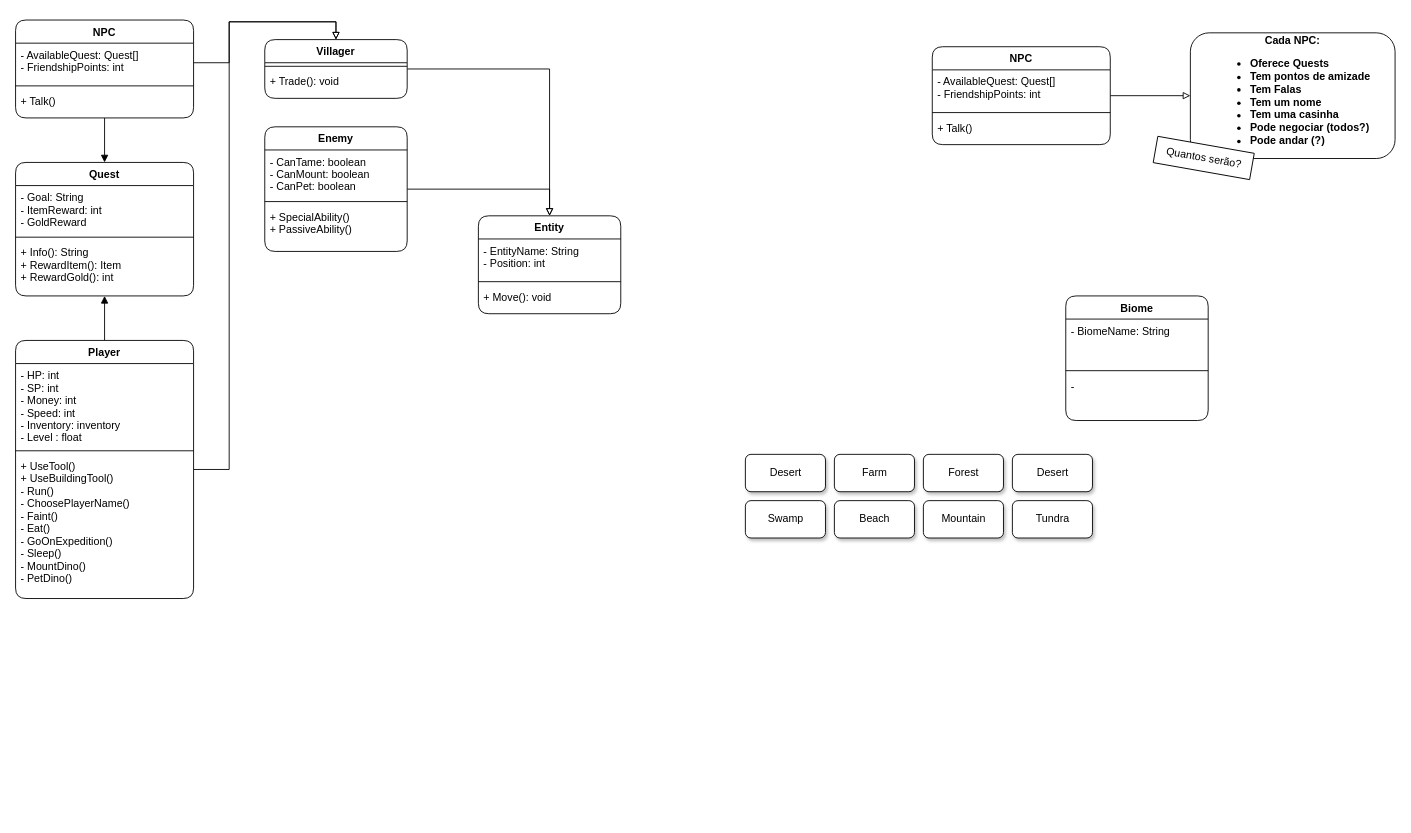
Yvestxt/FarmGameProject keeps this draw.io diagram as Diagrama sem nome.drawio. Above is the earlier version. Source tidied: cells renumbered, new cells numbered last; positions are measured from the earlier drawing's top-left corner, leaving out a move shared by most shapes. Both pictures are drawn from the tidied source at 89%, with x=0, y=0 at pixel (15, 20).
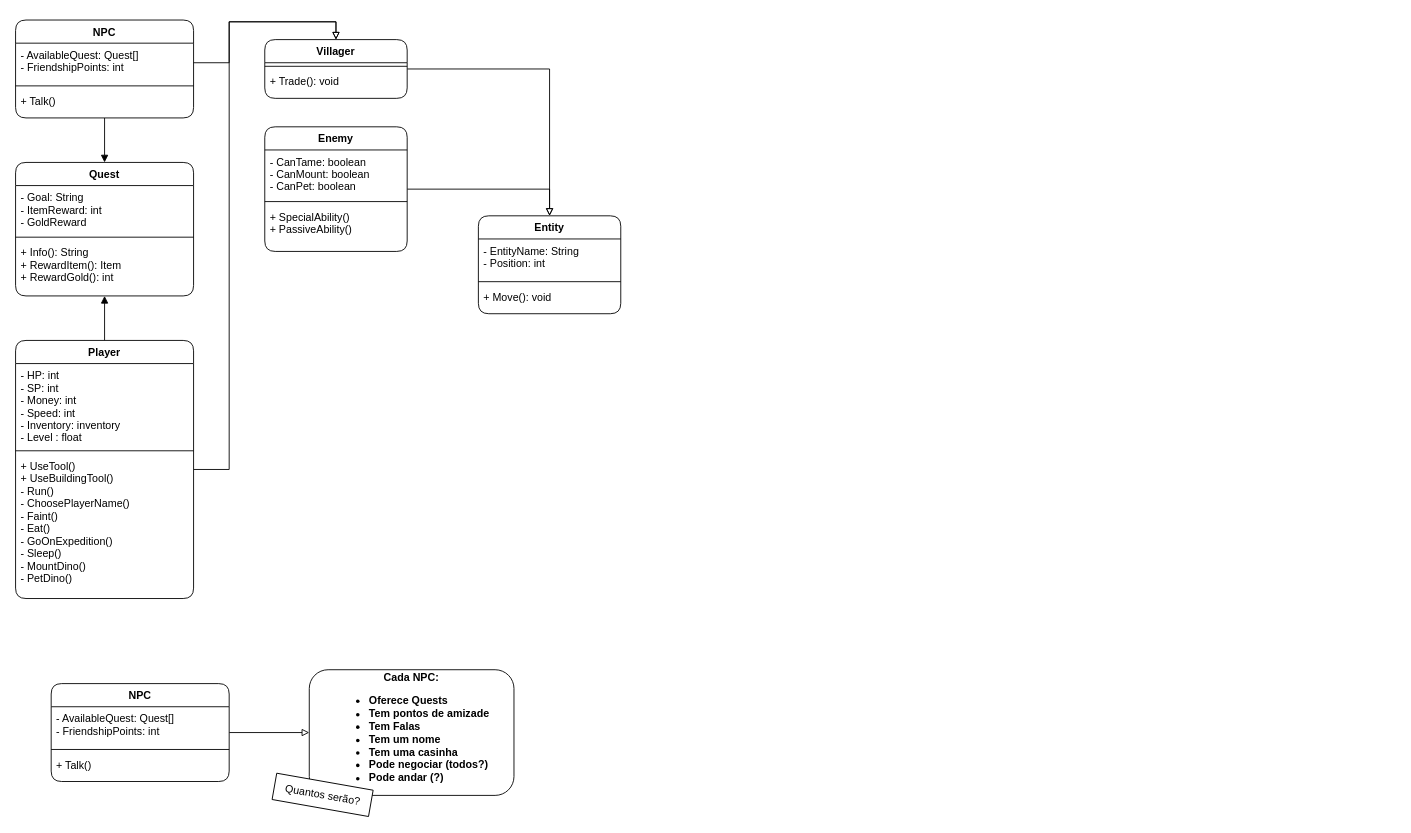
The same diagram, later.

The edit, as a diff of the source:
```diff
@@
-    <mxCell id="30" value="Farm" style="html=1;rounded=1;shadow=1;labelBackgroundColor=default;sketch=0;" parent="1" vertex="1">
-      <mxGeometry x="920" y="488" width="90" height="42" as="geometry" />
-    </mxCell>
-    <mxCell id="31" value="Forest" style="html=1;rounded=1;shadow=1;labelBackgroundColor=default;sketch=0;" parent="1" vertex="1">
-      <mxGeometry x="1020" y="488" width="90" height="42" as="geometry" />
-    </mxCell>
-    <mxCell id="32" value="Desert" style="html=1;rounded=1;shadow=1;labelBackgroundColor=default;sketch=0;" parent="1" vertex="1">
-      <mxGeometry x="820" y="488" width="90" height="42" as="geometry" />
-    </mxCell>
-    <mxCell id="33" value="Desert" style="html=1;rounded=1;shadow=1;labelBackgroundColor=default;sketch=0;" parent="1" vertex="1">
-      <mxGeometry x="1120" y="488" width="90" height="42" as="geometry" />
-    </mxCell>
-    <mxCell id="34" value="Mountain" style="html=1;rounded=1;shadow=1;labelBackgroundColor=default;sketch=0;" parent="1" vertex="1">
-      <mxGeometry x="1020" y="540" width="90" height="42" as="geometry" />
-    </mxCell>
-    <mxCell id="35" value="Beach" style="html=1;rounded=1;shadow=1;labelBackgroundColor=default;sketch=0;" parent="1" vertex="1">
-      <mxGeometry x="920" y="540" width="90" height="42" as="geometry" />
-    </mxCell>
-    <mxCell id="36" value="Swamp" style="html=1;rounded=1;shadow=1;labelBackgroundColor=default;sketch=0;" parent="1" vertex="1">
-      <mxGeometry x="820" y="540" width="90" height="42" as="geometry" />
-    </mxCell>
-    <mxCell id="37" value="Tundra" style="html=1;rounded=1;shadow=1;labelBackgroundColor=default;sketch=0;" parent="1" vertex="1">
-      <mxGeometry x="1120" y="540" width="90" height="42" as="geometry" />
-    </mxCell>
@@
-    <mxCell id="39" value="Biome" style="swimlane;fontStyle=1;align=center;verticalAlign=top;horizontal=1;startSize=26;swimlaneFillColor=default;rounded=1;" parent="1" vertex="1">
-      <mxGeometry x="1180" y="310" width="160" height="140" as="geometry" />
-    </mxCell>
-    <mxCell id="40" value="- BiomeName: String" style="text;align=left;verticalAlign=top;spacingLeft=4;spacingRight=4;overflow=hidden;" parent="39" vertex="1">
-      <mxGeometry y="26" width="160" height="54" as="geometry" />
-    </mxCell>
-    <mxCell id="41" style="line;strokeWidth=1;align=left;verticalAlign=middle;spacingTop=-1;spacingLeft=3;spacingRight=3;labelPosition=right;" parent="39" vertex="1">
-      <mxGeometry y="80" width="160" height="8" as="geometry" />
-    </mxCell>
-    <mxCell id="42" value="-" style="text;align=left;verticalAlign=top;spacingLeft=4;spacingRight=4;overflow=hidden;" parent="39" vertex="1">
-      <mxGeometry y="88" width="160" height="52" as="geometry" />
-    </mxCell>
@@
     <mxCell id="44" value="NPC" style="swimlane;fontStyle=1;align=center;verticalAlign=top;horizontal=1;startSize=26;swimlaneFillColor=default;rounded=1;" parent="1" vertex="1">
-      <mxGeometry x="1030" y="30" width="200" height="110" as="geometry" />
+      <mxGeometry x="40" y="745.6" width="200" height="110" as="geometry" />
     </mxCell>
@@
     <mxCell id="48" value="&lt;div style=&quot;&quot;&gt;&lt;span style=&quot;background-color: initial;&quot;&gt;Cada NPC:&lt;/span&gt;&lt;/div&gt;&lt;ul&gt;&lt;li style=&quot;text-align: left;&quot;&gt;Oferece Quests&lt;/li&gt;&lt;li style=&quot;text-align: left;&quot;&gt;Tem pontos de amizade&lt;/li&gt;&lt;li style=&quot;text-align: left;&quot;&gt;&lt;span style=&quot;background-color: initial;&quot;&gt;Tem Falas&lt;/span&gt;&lt;/li&gt;&lt;li style=&quot;text-align: left;&quot;&gt;&lt;span style=&quot;background-color: initial;&quot;&gt;Tem um nome&lt;/span&gt;&lt;br&gt;&lt;/li&gt;&lt;li style=&quot;text-align: left;&quot;&gt;Tem uma casinha&lt;/li&gt;&lt;li style=&quot;text-align: left;&quot;&gt;Pode negociar (todos?)&lt;/li&gt;&lt;li style=&quot;text-align: left;&quot;&gt;Pode andar (?)&lt;/li&gt;&lt;/ul&gt;" style="whiteSpace=wrap;html=1;verticalAlign=middle;fontStyle=1;startSize=26;swimlaneFillColor=default;rounded=1;align=center;" parent="1" vertex="1">
-      <mxGeometry x="1320" y="14.4" width="230" height="141.2" as="geometry" />
+      <mxGeometry x="330" y="730" width="230" height="141.2" as="geometry" />
     </mxCell>
     <mxCell id="49" value="Quantos serão?" style="text;html=1;align=center;verticalAlign=middle;rotation=10;fillColor=default;strokeColor=default;" parent="1" vertex="1">
-      <mxGeometry x="1280" y="140" width="110" height="30" as="geometry" />
+      <mxGeometry x="290" y="855.6" width="110" height="30" as="geometry" />
     </mxCell>
```
